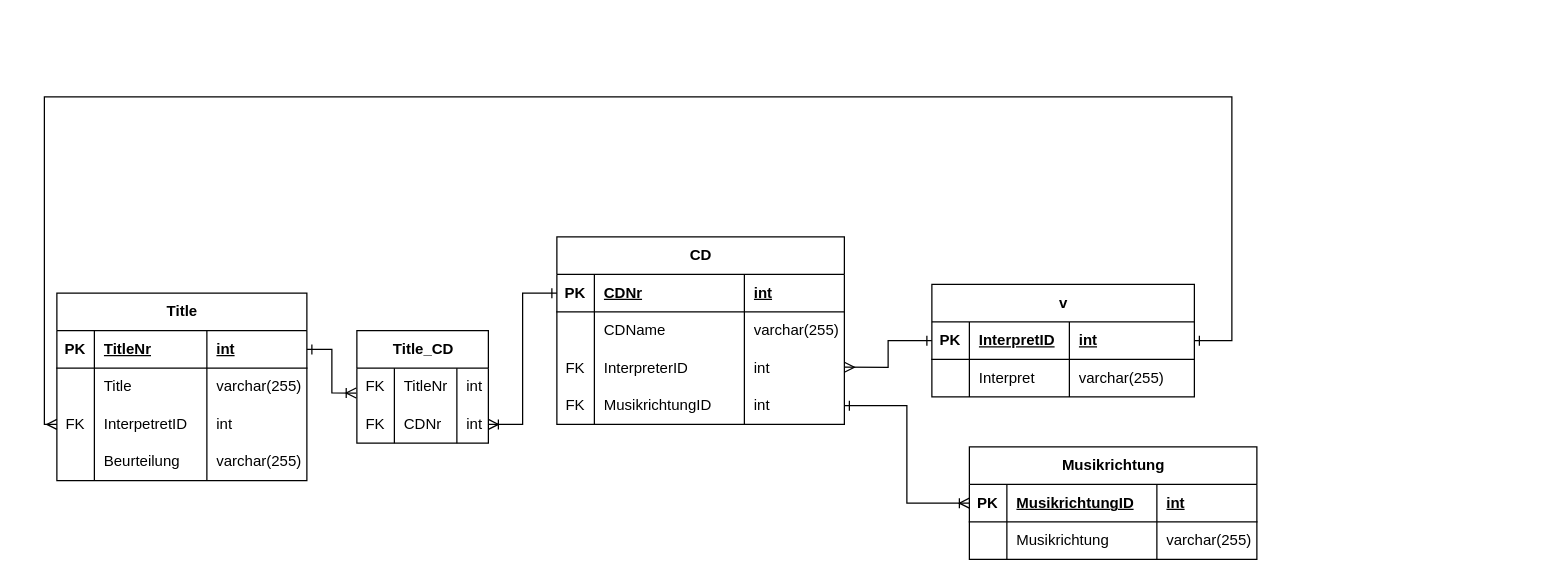
This is 2-LE-01-01/CD_Datenbank_Diagramm.drawio from Motogna-Madalina/My-SQL-Learning, a draw.io file, before an edit. Source tidied: cells renumbered, new cells numbered last; positions are measured from the earlier drawing's top-left corner, leaving out a move shared by most shapes. Both pictures are drawn from the tidied source at 125%, with x=0, y=0 at pixel (44, 96).
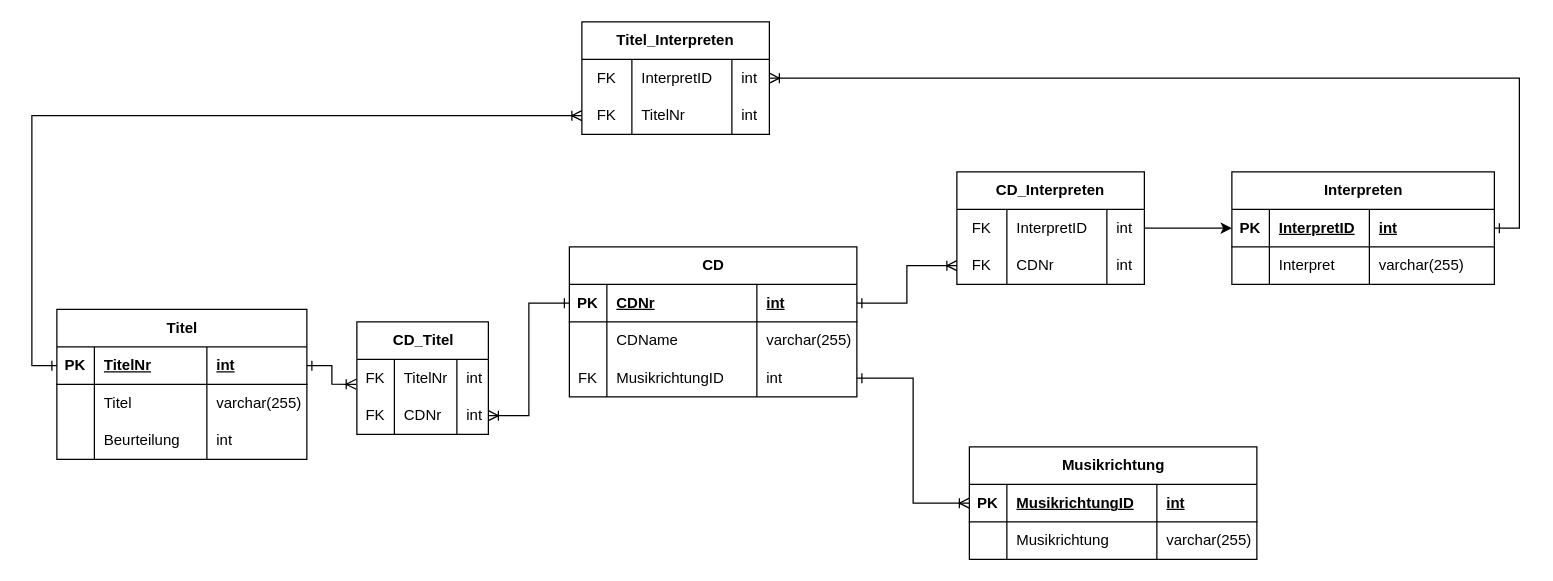
The same page after the edit.

Unchanged cells that the change refers to:
```xml
<mxCell id="3" style="shape=tableRow;horizontal=0;startSize=0;swimlaneHead=0;swimlaneBody=0;fillColor=none;points=[[0,0.5],[1,0.5]];portConstraint=eastwest;top=0;left=0;right=0;bottom=1;" parent="2" vertex="1">
  <mxGeometry y="30" width="200" height="30" as="geometry" />
</mxCell>
<mxCell id="7" style="shape=tableRow;horizontal=0;startSize=0;swimlaneHead=0;swimlaneBody=0;fillColor=none;top=0;left=0;right=0;bottom=0;" parent="2" vertex="1">
  <mxGeometry y="60" width="200" height="30" as="geometry" />
</mxCell>
<mxCell id="20" style="shape=tableRow;horizontal=0;startSize=0;swimlaneHead=0;swimlaneBody=0;fillColor=none;points=[[0,0.5],[1,0.5]];portConstraint=eastwest;top=0;left=0;right=0;bottom=1;" parent="19" vertex="1">
  <mxGeometry y="30" width="230" height="30" as="geometry" />
</mxCell>
<mxCell id="37" style="shape=tableRow;horizontal=0;startSize=0;swimlaneHead=0;swimlaneBody=0;fillColor=none;points=[[0,0.5],[1,0.5]];portConstraint=eastwest;top=0;left=0;right=0;bottom=1;" parent="36" vertex="1">
  <mxGeometry y="30" width="210" height="30" as="geometry" />
</mxCell>
<mxCell id="57" style="shape=tableRow;horizontal=0;startSize=0;swimlaneHead=0;swimlaneBody=0;fillColor=none;points=[[0,0.5],[1,0.5]];portConstraint=eastwest;top=0;left=0;right=0;bottom=0;" parent="56" vertex="1">
  <mxGeometry y="30" width="105.2" height="30" as="geometry" />
</mxCell>
```

Change to the diagram source:
```diff
@@
-    <mxCell id="2" value="Title" style="shape=table;startSize=30;childLayout=tableLayout;rowLines=0;fontStyle=1;align=center;html=1;" parent="1" vertex="1">
-      <mxGeometry x="10" y="157" width="200" height="150" as="geometry" />
+    <mxCell id="2" value="Titel" style="shape=table;startSize=30;childLayout=tableLayout;rowLines=0;fontStyle=1;align=center;html=1;" parent="1" vertex="1">
+      <mxGeometry x="10" y="170" width="200" height="120" as="geometry" />
     </mxCell>
@@
-    <mxCell id="5" value="TitleNr" style="shape=partialRectangle;fillColor=none;top=0;left=0;bottom=0;right=0;align=left;spacingLeft=6;fontStyle=5;overflow=hidden;whiteSpace=wrap;html=1;" parent="3" vertex="1">
+    <mxCell id="5" value="TitelNr" style="shape=partialRectangle;fillColor=none;top=0;left=0;bottom=0;right=0;align=left;spacingLeft=6;fontStyle=5;overflow=hidden;whiteSpace=wrap;html=1;" parent="3" vertex="1">
       <mxGeometry x="30" width="90" height="30" as="geometry" />
     </mxCell>
@@
-    <mxCell id="9" value="Title" style="shape=partialRectangle;fillColor=none;top=0;left=0;bottom=0;right=0;align=left;spacingLeft=6;overflow=hidden;whiteSpace=wrap;html=1;" parent="7" vertex="1">
+    <mxCell id="9" value="Titel" style="shape=partialRectangle;fillColor=none;top=0;left=0;bottom=0;right=0;align=left;spacingLeft=6;overflow=hidden;whiteSpace=wrap;html=1;" parent="7" vertex="1">
       <mxGeometry x="30" width="90" height="30" as="geometry" />
     </mxCell>
@@
-    <mxCell id="11" style="shape=tableRow;horizontal=0;startSize=0;swimlaneHead=0;swimlaneBody=0;fillColor=none;points=[[0,0.5],[1,0.5]];portConstraint=eastwest;top=0;left=0;right=0;bottom=0;" parent="2" vertex="1">
-      <mxGeometry y="90" width="200" height="30" as="geometry" />
-    </mxCell>
-    <mxCell id="12" value="FK" style="shape=partialRectangle;fillColor=none;top=0;left=0;bottom=0;right=0;overflow=hidden;whiteSpace=wrap;html=1;" parent="11" vertex="1">
-      <mxGeometry width="30" height="30" as="geometry" />
-    </mxCell>
-    <mxCell id="13" value="InterpetretID" style="shape=partialRectangle;fillColor=none;top=0;left=0;bottom=0;right=0;align=left;spacingLeft=6;overflow=hidden;whiteSpace=wrap;html=1;" parent="11" vertex="1">
-      <mxGeometry x="30" width="90" height="30" as="geometry" />
-    </mxCell>
-    <mxCell id="14" value="int" style="shape=partialRectangle;fillColor=none;top=0;left=0;bottom=0;right=0;align=left;spacingLeft=6;overflow=hidden;whiteSpace=wrap;html=1;" parent="11" vertex="1">
-      <mxGeometry x="120" width="80" height="30" as="geometry" />
-    </mxCell>
     <mxCell id="15" style="shape=tableRow;horizontal=0;startSize=0;swimlaneHead=0;swimlaneBody=0;fillColor=none;top=0;left=0;right=0;bottom=0;" parent="2" vertex="1">
-      <mxGeometry y="120" width="200" height="30" as="geometry" />
+      <mxGeometry y="90" width="200" height="30" as="geometry" />
     </mxCell>
@@
-    <mxCell id="18" value="varchar(255)" style="shape=partialRectangle;fillColor=none;top=0;left=0;bottom=0;right=0;align=left;spacingLeft=6;overflow=hidden;whiteSpace=wrap;html=1;" parent="15" vertex="1">
+    <mxCell id="18" value="int" style="shape=partialRectangle;fillColor=none;top=0;left=0;bottom=0;right=0;align=left;spacingLeft=6;overflow=hidden;whiteSpace=wrap;html=1;" parent="15" vertex="1">
       <mxGeometry x="120" width="80" height="30" as="geometry" />
     </mxCell>
     <mxCell id="19" value="CD" style="shape=table;startSize=30;childLayout=tableLayout;rowLines=0;fontStyle=1;align=center;html=1;" parent="1" vertex="1">
-      <mxGeometry x="410" y="112" width="230" height="150" as="geometry" />
+      <mxGeometry x="420" y="120" width="230" height="120" as="geometry" />
     </mxCell>
@@
-    <mxCell id="28" style="shape=tableRow;horizontal=0;startSize=0;swimlaneHead=0;swimlaneBody=0;fillColor=none;points=[[0,0.5],[1,0.5]];portConstraint=eastwest;top=0;left=0;right=0;bottom=0;" parent="19" vertex="1">
-      <mxGeometry y="90" width="230" height="30" as="geometry" />
-    </mxCell>
-    <mxCell id="29" value="FK" style="shape=partialRectangle;fillColor=none;top=0;left=0;bottom=0;right=0;overflow=hidden;whiteSpace=wrap;html=1;" parent="28" vertex="1">
-      <mxGeometry width="30" height="30" as="geometry" />
-    </mxCell>
-    <mxCell id="30" value="InterpreterID" style="shape=partialRectangle;fillColor=none;top=0;left=0;bottom=0;right=0;align=left;spacingLeft=6;overflow=hidden;whiteSpace=wrap;html=1;" parent="28" vertex="1">
-      <mxGeometry x="30" width="120" height="30" as="geometry" />
-    </mxCell>
-    <mxCell id="31" value="int" style="shape=partialRectangle;fillColor=none;top=0;left=0;bottom=0;right=0;align=left;spacingLeft=6;overflow=hidden;whiteSpace=wrap;html=1;" parent="28" vertex="1">
-      <mxGeometry x="150" width="80" height="30" as="geometry" />
-    </mxCell>
     <mxCell id="32" style="shape=tableRow;horizontal=0;startSize=0;swimlaneHead=0;swimlaneBody=0;fillColor=none;points=[[0,0.5],[1,0.5]];portConstraint=eastwest;top=0;left=0;right=0;bottom=0;" parent="19" vertex="1">
-      <mxGeometry y="120" width="230" height="30" as="geometry" />
+      <mxGeometry y="90" width="230" height="30" as="geometry" />
     </mxCell>
@@
-    <mxCell id="36" value="v" style="shape=table;startSize=30;childLayout=tableLayout;rowLines=0;fontStyle=1;align=center;html=1;" parent="1" vertex="1">
-      <mxGeometry x="710" y="150" width="210" height="90" as="geometry" />
+    <mxCell id="36" value="Interpreten" style="shape=table;startSize=30;childLayout=tableLayout;rowLines=0;fontStyle=1;align=center;html=1;" parent="1" vertex="1">
+      <mxGeometry x="950" y="60" width="210" height="90" as="geometry" />
     </mxCell>
@@
-    <mxCell id="55" style="edgeStyle=orthogonalEdgeStyle;rounded=0;jettySize=auto;html=1;exitX=0;exitY=0.5;exitDx=0;exitDy=0;entryX=1;entryY=0.476;entryDx=0;entryDy=0;entryPerimeter=0;startArrow=ERone;startFill=0;endArrow=ERmany;endFill=0;" parent="1" edge="1" source="37" target="28">
-      <mxGeometry relative="1" as="geometry" />
-    </mxCell>
-    <mxCell id="56" value="Title_CD" style="shape=table;startSize=30;childLayout=tableLayout;rowLines=0;fontStyle=1;align=center;html=1;" parent="1" vertex="1">
-      <mxGeometry x="250" y="187" width="105.2" height="90" as="geometry" />
+    <mxCell id="56" value="CD_Titel" style="shape=table;startSize=30;childLayout=tableLayout;rowLines=0;fontStyle=1;align=center;html=1;" parent="1" vertex="1">
+      <mxGeometry x="250" y="180" width="105.2" height="90" as="geometry" />
     </mxCell>
@@
-    <mxCell id="59" value="TitleNr" style="shape=partialRectangle;fillColor=none;top=0;left=0;bottom=0;right=0;align=left;spacingLeft=6;overflow=hidden;whiteSpace=wrap;html=1;" parent="57" vertex="1">
+    <mxCell id="59" value="TitelNr" style="shape=partialRectangle;fillColor=none;top=0;left=0;bottom=0;right=0;align=left;spacingLeft=6;overflow=hidden;whiteSpace=wrap;html=1;" parent="57" vertex="1">
       <mxGeometry x="30" width="50" height="30" as="geometry" />
     </mxCell>
@@
-    <mxCell id="66" style="edgeStyle=orthogonalEdgeStyle;rounded=0;jettySize=auto;html=1;exitX=1;exitY=0.5;exitDx=0;exitDy=0;entryX=0;entryY=0.5;entryDx=0;entryDy=0;endArrow=ERmany;endFill=0;startArrow=ERone;startFill=0;" parent="1" edge="1" source="37" target="11">
-      <mxGeometry relative="1" as="geometry">
-        <Array as="points">
-          <mxPoint x="950" y="195" />
-          <mxPoint x="950" />
-          <mxPoint />
-          <mxPoint y="262" />
-        </Array>
-      </mxGeometry>
-    </mxCell>
@@
+    <mxCell id="68" value="Titel_Interpreten" style="shape=table;startSize=30;childLayout=tableLayout;rowLines=0;fontStyle=1;align=center;html=1;whiteSpace=wrap;" parent="1" vertex="1">
+      <mxGeometry x="430" y="-60" width="150" height="90" as="geometry" />
+    </mxCell>
+    <mxCell id="69" style="shape=tableRow;horizontal=0;startSize=0;swimlaneHead=0;swimlaneBody=0;fillColor=none;points=[[0,0.5],[1,0.5]];portConstraint=eastwest;top=0;left=0;right=0;bottom=0;html=1;" parent="68" vertex="1">
+      <mxGeometry y="30" width="150" height="30" as="geometry" />
+    </mxCell>
+    <mxCell id="70" value="FK" style="shape=partialRectangle;fillColor=none;top=0;left=0;bottom=0;right=0;overflow=hidden;html=1;whiteSpace=wrap;" parent="69" vertex="1">
+      <mxGeometry width="40" height="30" as="geometry" />
+    </mxCell>
+    <mxCell id="71" value="InterpretID" style="shape=partialRectangle;fillColor=none;top=0;left=0;bottom=0;right=0;align=left;spacingLeft=6;overflow=hidden;html=1;whiteSpace=wrap;" parent="69" vertex="1">
+      <mxGeometry x="40" width="80" height="30" as="geometry" />
+    </mxCell>
+    <mxCell id="72" value="int" style="shape=partialRectangle;fillColor=none;top=0;left=0;bottom=0;right=0;align=left;spacingLeft=6;overflow=hidden;html=1;whiteSpace=wrap;" parent="69" vertex="1">
+      <mxGeometry x="120" width="30" height="30" as="geometry" />
+    </mxCell>
+    <mxCell id="73" style="shape=tableRow;horizontal=0;startSize=0;swimlaneHead=0;swimlaneBody=0;fillColor=none;points=[[0,0.5],[1,0.5]];portConstraint=eastwest;top=0;left=0;right=0;bottom=0;html=1;" parent="68" vertex="1">
+      <mxGeometry y="60" width="150" height="30" as="geometry" />
+    </mxCell>
+    <mxCell id="74" value="FK" style="shape=partialRectangle;fillColor=none;top=0;left=0;bottom=0;right=0;overflow=hidden;html=1;whiteSpace=wrap;" parent="73" vertex="1">
+      <mxGeometry width="40" height="30" as="geometry" />
+    </mxCell>
+    <mxCell id="75" value="TitelNr" style="shape=partialRectangle;fillColor=none;top=0;left=0;bottom=0;right=0;align=left;spacingLeft=6;overflow=hidden;html=1;whiteSpace=wrap;" parent="73" vertex="1">
+      <mxGeometry x="40" width="80" height="30" as="geometry" />
+    </mxCell>
+    <mxCell id="76" value="int" style="shape=partialRectangle;fillColor=none;top=0;left=0;bottom=0;right=0;align=left;spacingLeft=6;overflow=hidden;html=1;whiteSpace=wrap;" parent="73" vertex="1">
+      <mxGeometry x="120" width="30" height="30" as="geometry" />
+    </mxCell>
+    <mxCell id="77" style="edgeStyle=orthogonalEdgeStyle;rounded=0;jettySize=auto;html=1;exitX=1;exitY=0.5;exitDx=0;exitDy=0;" parent="1" edge="1" source="78" target="37">
+      <mxGeometry relative="1" as="geometry" />
+    </mxCell>
+    <mxCell id="78" value="CD_Interpreten" style="shape=table;startSize=30;childLayout=tableLayout;rowLines=0;fontStyle=1;align=center;html=1;whiteSpace=wrap;" parent="1" vertex="1">
+      <mxGeometry x="730" y="60" width="150" height="90" as="geometry" />
+    </mxCell>
+    <mxCell id="79" style="shape=tableRow;horizontal=0;startSize=0;swimlaneHead=0;swimlaneBody=0;fillColor=none;top=0;left=0;right=0;bottom=0;html=1;" parent="78" vertex="1">
+      <mxGeometry y="30" width="150" height="30" as="geometry" />
+    </mxCell>
+    <mxCell id="80" value="FK" style="shape=partialRectangle;fillColor=none;top=0;left=0;bottom=0;right=0;overflow=hidden;html=1;whiteSpace=wrap;" parent="79" vertex="1">
+      <mxGeometry width="40" height="30" as="geometry" />
+    </mxCell>
+    <mxCell id="81" value="InterpretID" style="shape=partialRectangle;fillColor=none;top=0;left=0;bottom=0;right=0;align=left;spacingLeft=6;overflow=hidden;html=1;whiteSpace=wrap;" parent="79" vertex="1">
+      <mxGeometry x="40" width="80" height="30" as="geometry" />
+    </mxCell>
+    <mxCell id="82" value="int" style="shape=partialRectangle;fillColor=none;top=0;left=0;bottom=0;right=0;align=left;spacingLeft=6;overflow=hidden;html=1;whiteSpace=wrap;" parent="79" vertex="1">
+      <mxGeometry x="120" width="30" height="30" as="geometry" />
+    </mxCell>
+    <mxCell id="83" style="shape=tableRow;horizontal=0;startSize=0;swimlaneHead=0;swimlaneBody=0;fillColor=none;points=[[0,0.5],[1,0.5]];portConstraint=eastwest;top=0;left=0;right=0;bottom=0;html=1;" parent="78" vertex="1">
+      <mxGeometry y="60" width="150" height="30" as="geometry" />
+    </mxCell>
+    <mxCell id="84" value="FK" style="shape=partialRectangle;fillColor=none;top=0;left=0;bottom=0;right=0;overflow=hidden;html=1;whiteSpace=wrap;" parent="83" vertex="1">
+      <mxGeometry width="40" height="30" as="geometry" />
+    </mxCell>
+    <mxCell id="85" value="CDNr" style="shape=partialRectangle;fillColor=none;top=0;left=0;bottom=0;right=0;align=left;spacingLeft=6;overflow=hidden;html=1;whiteSpace=wrap;" parent="83" vertex="1">
+      <mxGeometry x="40" width="80" height="30" as="geometry" />
+    </mxCell>
+    <mxCell id="86" value="int" style="shape=partialRectangle;fillColor=none;top=0;left=0;bottom=0;right=0;align=left;spacingLeft=6;overflow=hidden;html=1;whiteSpace=wrap;" parent="83" vertex="1">
+      <mxGeometry x="120" width="30" height="30" as="geometry" />
+    </mxCell>
+    <mxCell id="87" style="edgeStyle=orthogonalEdgeStyle;rounded=0;jettySize=auto;html=1;exitX=1;exitY=0.5;exitDx=0;exitDy=0;entryX=1;entryY=0.5;entryDx=0;entryDy=0;endArrow=ERoneToMany;endFill=0;startArrow=ERone;startFill=0;" parent="1" edge="1" source="37" target="69">
+      <mxGeometry relative="1" as="geometry" />
+    </mxCell>
+    <mxCell id="88" style="edgeStyle=orthogonalEdgeStyle;rounded=0;jettySize=auto;html=1;exitX=0;exitY=0.5;exitDx=0;exitDy=0;entryX=0;entryY=0.5;entryDx=0;entryDy=0;endArrow=ERoneToMany;endFill=0;startArrow=ERone;startFill=0;" parent="1" edge="1" source="3" target="73">
+      <mxGeometry relative="1" as="geometry" />
+    </mxCell>
+    <mxCell id="89" style="edgeStyle=orthogonalEdgeStyle;rounded=0;jettySize=auto;html=1;exitX=1;exitY=0.5;exitDx=0;exitDy=0;endArrow=ERoneToMany;endFill=0;startArrow=ERone;startFill=0;" parent="1" edge="1" source="20" target="83">
+      <mxGeometry relative="1" as="geometry" />
+    </mxCell>
```
